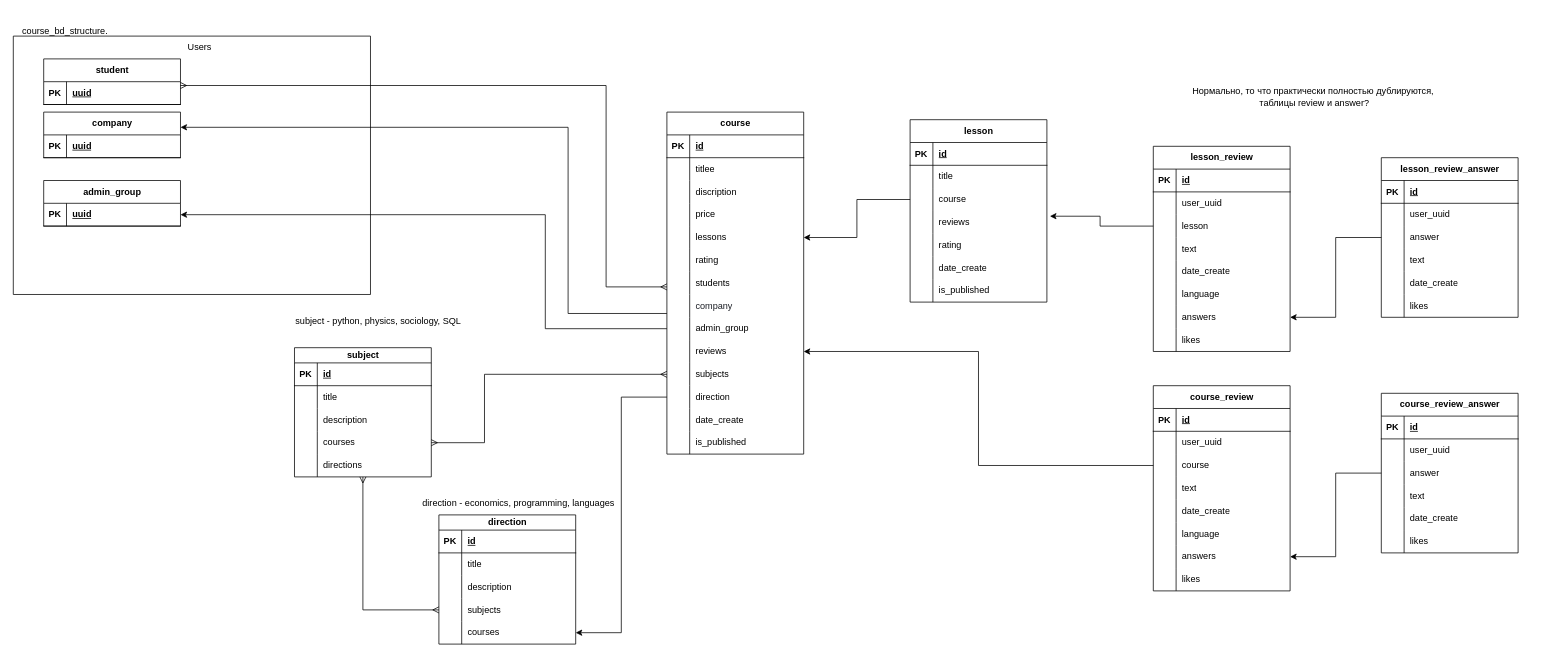
Before: course_db_structure.drawio in thisfieldisrequired/education_website, a draw.io diagram. Source tidied: cells renumbered, new cells numbered last; positions are measured from the earlier drawing's top-left corner, leaving out a move shared by most shapes. Both pictures are drawn from the tidied source at 76%, with x=0, y=0 at pixel (13, 21).
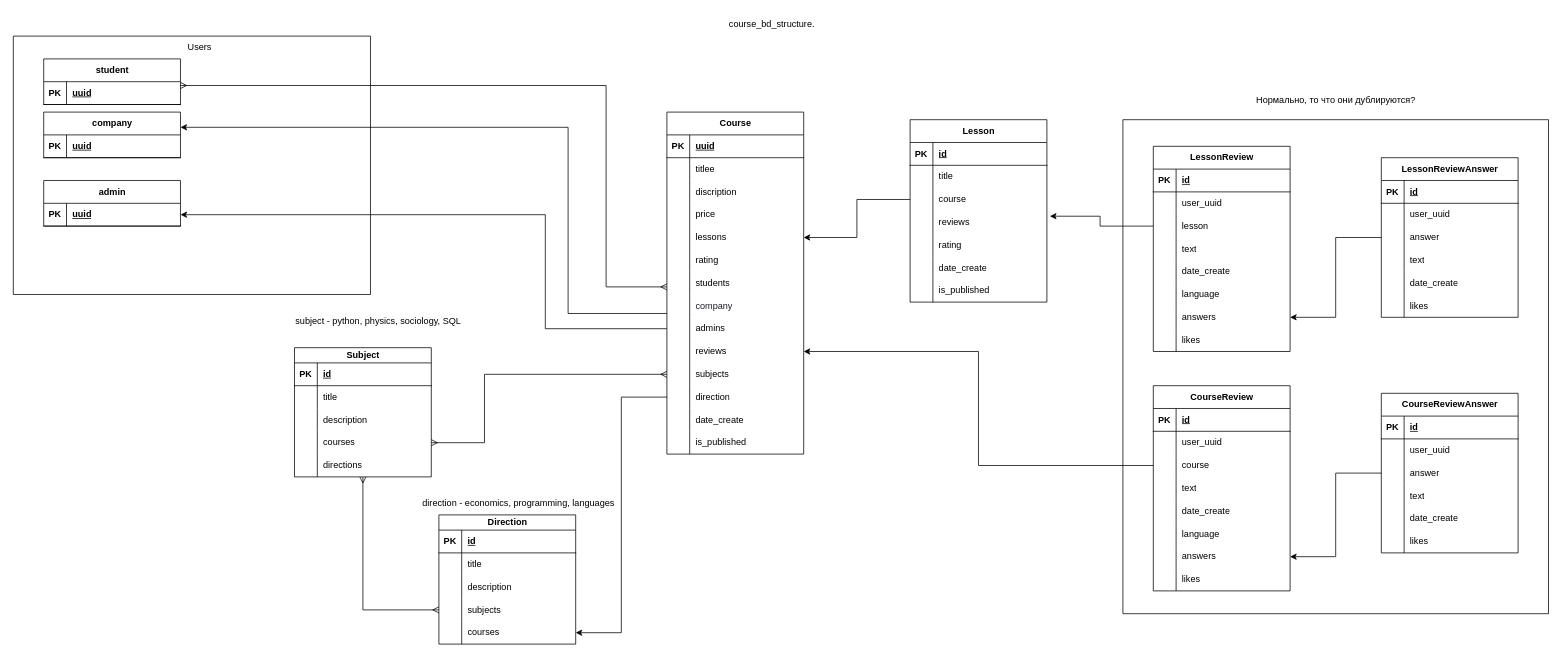
The same page after the edit.

Commit message (it also covers changes not shown here):
Change course and users db structure

Unchanged cells that the change refers to:
```xml
<mxCell id="3" style="shape=tableRow;horizontal=0;startSize=0;swimlaneHead=0;swimlaneBody=0;fillColor=none;top=0;left=0;right=0;bottom=1;labelBackgroundColor=none;" parent="2" vertex="1">
  <mxGeometry y="30" width="180" height="30" as="geometry" />
</mxCell>
<mxCell id="27" style="shape=tableRow;horizontal=0;startSize=0;swimlaneHead=0;swimlaneBody=0;fillColor=none;points=[[0,0.5],[1,0.5]];portConstraint=eastwest;top=0;left=0;right=0;bottom=0;labelBackgroundColor=none;" parent="2" vertex="1">
  <mxGeometry y="270" width="180" height="30" as="geometry" />
</mxCell>
<mxCell id="150" style="swimlane;startSize=0;" parent="1" vertex="1">
  <mxGeometry y="20" width="470" height="340" as="geometry" />
</mxCell>
```

The edit, as a diff of the source:
```diff
@@
-    <mxCell id="2" value="course" style="shape=table;startSize=30;childLayout=tableLayout;rowLines=0;fontStyle=1;align=center;html=1;labelBackgroundColor=none;" parent="1" vertex="1">
+    <mxCell id="2" value="Course" style="shape=table;startSize=30;childLayout=tableLayout;rowLines=0;fontStyle=1;align=center;html=1;labelBackgroundColor=none;" parent="1" vertex="1">
       <mxGeometry x="860" y="120" width="180" height="450" as="geometry" />
     </mxCell>
@@
-    <mxCell id="5" value="id" style="shape=partialRectangle;fillColor=none;top=0;left=0;bottom=0;right=0;align=left;spacingLeft=6;fontStyle=5;overflow=hidden;whiteSpace=wrap;html=1;labelBackgroundColor=none;" parent="3" vertex="1">
+    <mxCell id="5" value="uuid" style="shape=partialRectangle;fillColor=none;top=0;left=0;bottom=0;right=0;align=left;spacingLeft=6;fontStyle=5;overflow=hidden;whiteSpace=wrap;html=1;labelBackgroundColor=none;" parent="3" vertex="1">
       <mxGeometry x="30" width="150" height="30" as="geometry" />
     </mxCell>
@@
-    <mxCell id="29" value="admin_group" style="shape=partialRectangle;fillColor=none;top=0;left=0;bottom=0;right=0;align=left;spacingLeft=6;overflow=hidden;whiteSpace=wrap;html=1;labelBackgroundColor=none;" parent="27" vertex="1">
+    <mxCell id="29" value="admins" style="shape=partialRectangle;fillColor=none;top=0;left=0;bottom=0;right=0;align=left;spacingLeft=6;overflow=hidden;whiteSpace=wrap;html=1;labelBackgroundColor=none;" parent="27" vertex="1">
       <mxGeometry x="30" width="150" height="30" as="geometry" />
     </mxCell>
@@
-    <mxCell id="46" value="direction" style="shape=table;startSize=20;childLayout=tableLayout;rowLines=0;fontStyle=1;align=center;html=1;labelBackgroundColor=none;" parent="1" vertex="1">
+    <mxCell id="46" value="Direction" style="shape=table;startSize=20;childLayout=tableLayout;rowLines=0;fontStyle=1;align=center;html=1;labelBackgroundColor=none;" parent="1" vertex="1">
       <mxGeometry x="560" y="650" width="180" height="170" as="geometry" />
     </mxCell>
@@
-    <mxCell id="62" value="subject&lt;br&gt;" style="shape=table;startSize=20;childLayout=tableLayout;rowLines=0;fontStyle=1;align=center;html=1;labelBackgroundColor=none;" parent="1" vertex="1">
+    <mxCell id="62" value="Subject" style="shape=table;startSize=20;childLayout=tableLayout;rowLines=0;fontStyle=1;align=center;html=1;labelBackgroundColor=none;" parent="1" vertex="1">
       <mxGeometry x="370" y="430" width="180" height="170" as="geometry" />
     </mxCell>
@@
-    <mxCell id="78" value="lesson" style="shape=table;startSize=30;childLayout=tableLayout;rowLines=0;fontStyle=1;align=center;html=1;labelBackgroundColor=none;" parent="1" vertex="1">
+    <mxCell id="78" value="Lesson" style="shape=table;startSize=30;childLayout=tableLayout;rowLines=0;fontStyle=1;align=center;html=1;labelBackgroundColor=none;" parent="1" vertex="1">
       <mxGeometry x="1180" y="130" width="180" height="240" as="geometry" />
     </mxCell>
@@
-    <mxCell id="100" value="course_review" style="shape=table;startSize=30;childLayout=tableLayout;rowLines=0;fontStyle=1;align=center;html=1;labelBackgroundColor=none;" parent="1" vertex="1">
+    <mxCell id="100" value="CourseReview" style="shape=table;startSize=30;childLayout=tableLayout;rowLines=0;fontStyle=1;align=center;html=1;labelBackgroundColor=none;" parent="1" vertex="1">
       <mxGeometry x="1500" y="480" width="180" height="270" as="geometry" />
     </mxCell>
@@
-    <mxCell id="128" value="course_review_answer" style="shape=table;startSize=30;childLayout=tableLayout;rowLines=0;fontStyle=1;align=center;html=1;" parent="1" vertex="1">
+    <mxCell id="128" value="CourseReviewAnswer" style="shape=table;startSize=30;childLayout=tableLayout;rowLines=0;fontStyle=1;align=center;html=1;" parent="1" vertex="1">
       <mxGeometry x="1800" y="490" width="180" height="210" as="geometry" />
     </mxCell>
@@
-    <mxCell id="152" value="admin_group" style="shape=table;startSize=30;childLayout=tableLayout;rowLines=0;fontStyle=1;align=center;html=1;labelBackgroundColor=none;" parent="150" vertex="1">
+    <mxCell id="152" value="admin" style="shape=table;startSize=30;childLayout=tableLayout;rowLines=0;fontStyle=1;align=center;html=1;labelBackgroundColor=none;" parent="150" vertex="1">
       <mxGeometry x="40" y="190" width="180" height="60" as="geometry" />
     </mxCell>
@@
-    <mxCell id="165" value="lesson_review" style="shape=table;startSize=30;childLayout=tableLayout;rowLines=0;fontStyle=1;align=center;html=1;labelBackgroundColor=none;" parent="1" vertex="1">
+    <mxCell id="165" value="LessonReview" style="shape=table;startSize=30;childLayout=tableLayout;rowLines=0;fontStyle=1;align=center;html=1;labelBackgroundColor=none;" parent="1" vertex="1">
       <mxGeometry x="1500" y="165" width="180" height="270" as="geometry" />
     </mxCell>
@@
-    <mxCell id="191" value="lesson_review_answer" style="shape=table;startSize=30;childLayout=tableLayout;rowLines=0;fontStyle=1;align=center;html=1;" parent="1" vertex="1">
+    <mxCell id="191" value="LessonReviewAnswer" style="shape=table;startSize=30;childLayout=tableLayout;rowLines=0;fontStyle=1;align=center;html=1;" parent="1" vertex="1">
       <mxGeometry x="1800" y="180" width="180" height="210" as="geometry" />
     </mxCell>
@@
-    <mxCell id="214" value="Нормально, то что практически полностью дублируются,&lt;br&gt;&amp;nbsp;таблицы review и answer?" style="text;html=1;align=center;verticalAlign=middle;strokeColor=none;fillColor=none;" parent="1" vertex="1">
-      <mxGeometry x="1540" y="80" width="340" height="40" as="geometry" />
+    <mxCell id="214" value="Нормально, то что они дублируются?" style="text;html=1;align=center;verticalAlign=middle;strokeColor=none;fillColor=none;" parent="1" vertex="1">
+      <mxGeometry x="1625" y="90" width="230" height="30" as="geometry" />
     </mxCell>
     <mxCell id="215" value="course_bd_structure." style="text;whiteSpace=wrap;html=1;" parent="1" vertex="1">
-      <mxGeometry x="10" width="150" height="40" as="geometry" />
+      <mxGeometry x="940" y="-10" width="150" height="40" as="geometry" />
     </mxCell>
+    <mxCell id="216" style="swimlane;startSize=0;" parent="1" vertex="1">
+      <mxGeometry x="1460" y="130" width="560" height="650" as="geometry" />
+    </mxCell>
```
